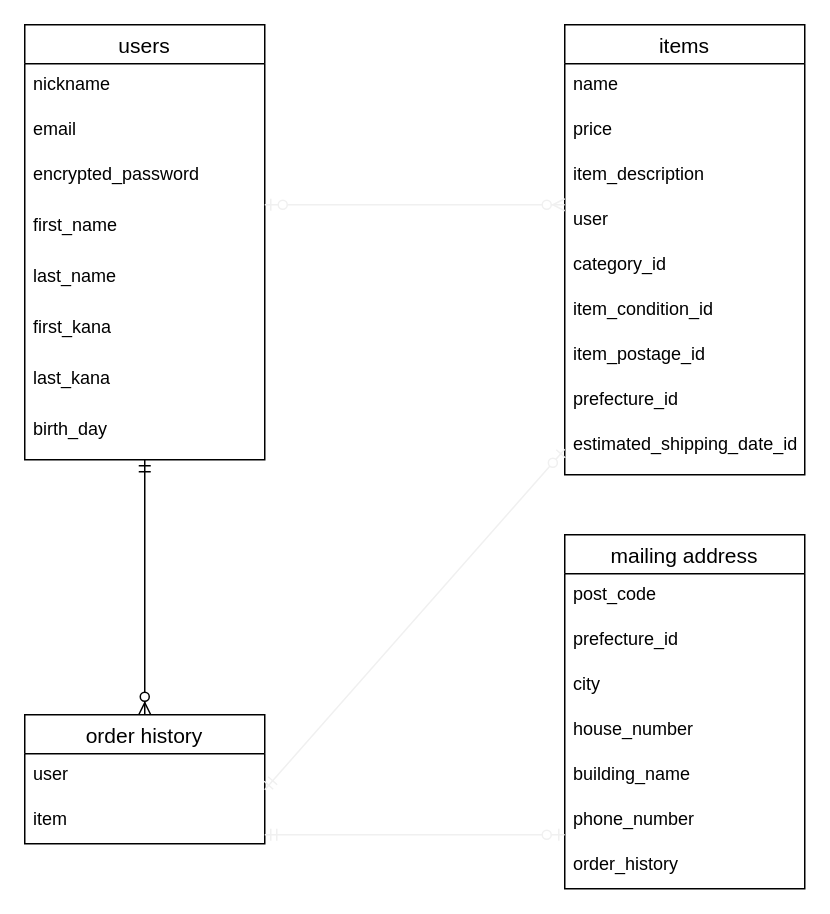
The draw.io diagram test.dio in roadrunnerair/furima-35908, before the edit. Source tidied: cells renumbered, new cells numbered last; positions are measured from the earlier drawing's top-left corner, leaving out a move shared by most shapes. Both pictures are drawn from the tidied source at 150%, with x=0, y=0 at pixel (24, 24).
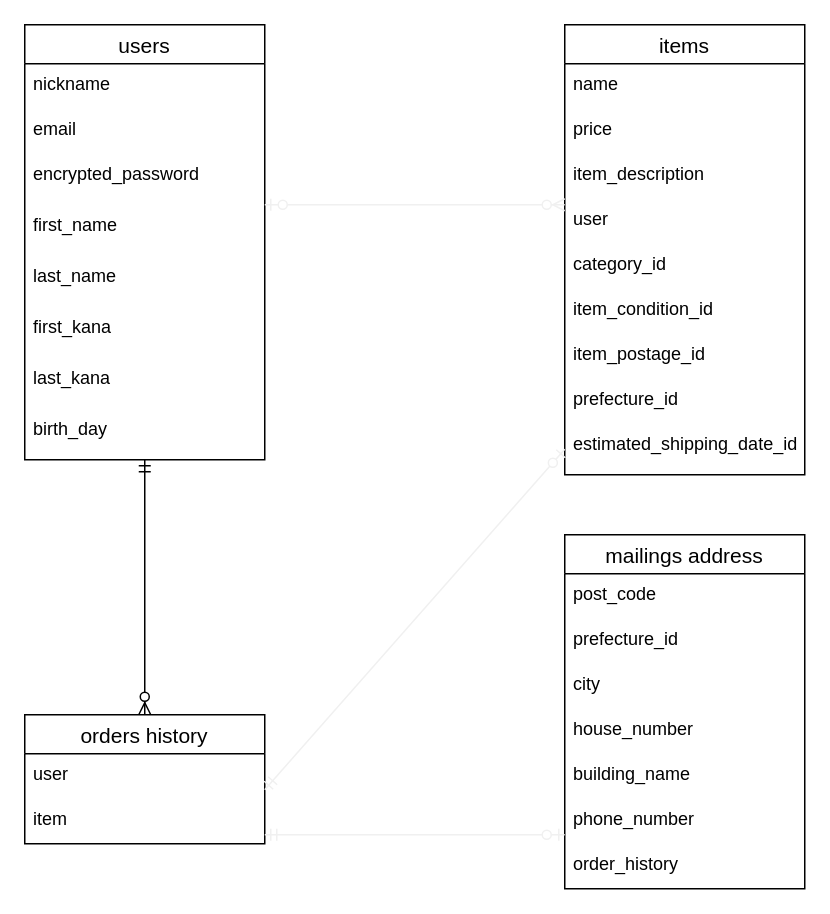
The same page after the edit.

Commit message (it also covers changes not shown here):
データベース設計 4

Diff of the diagram source:
```diff
@@
-    <mxCell id="21" value="order history" style="swimlane;fontStyle=0;horizontal=1;startSize=26;align=center;fontSize=14;" parent="1" vertex="1">
+    <mxCell id="21" value="orders history" style="swimlane;fontStyle=0;horizontal=1;startSize=26;align=center;fontSize=14;" parent="1" vertex="1">
       <mxGeometry y="460" width="160" height="86" as="geometry" />
     </mxCell>
@@
-    <mxCell id="25" value="mailing address" style="swimlane;fontStyle=0;horizontal=1;startSize=26;align=center;fontSize=14;" parent="1" vertex="1">
+    <mxCell id="25" value="mailings address" style="swimlane;fontStyle=0;horizontal=1;startSize=26;align=center;fontSize=14;" parent="1" vertex="1">
       <mxGeometry x="360" y="340" width="160" height="236" as="geometry" />
     </mxCell>
```
